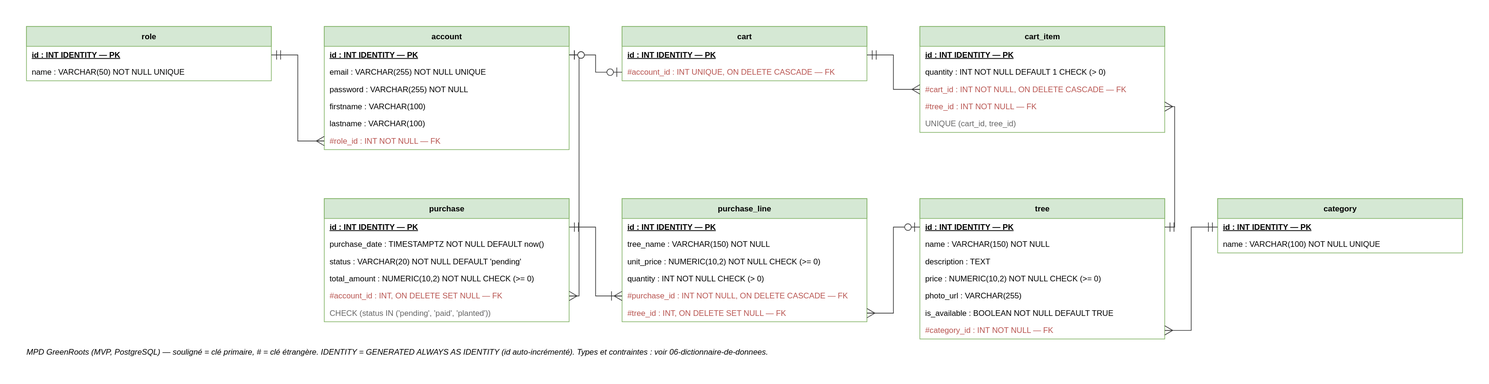
Before: docs_conception/08b-MPD.drawio.svg, a diagram exported from draw.io (DimitryDereppe/je-s-appelle-graine). Source tidied: cells renumbered, new cells last; positions are measured from the earlier drawing's top-left corner, leaving out a move shared by most shapes.
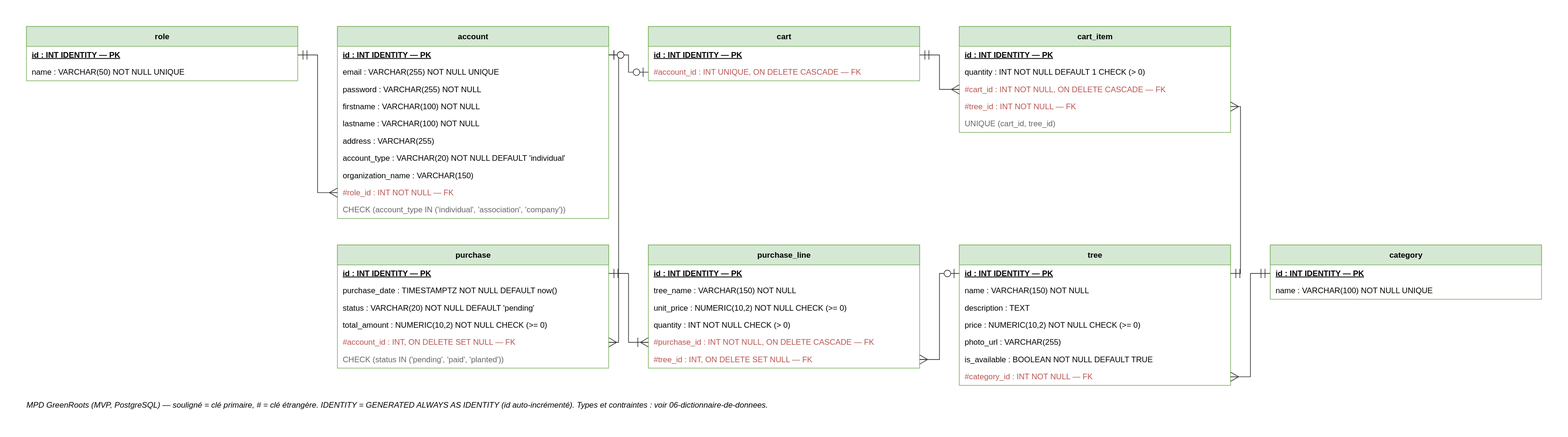
After the commit.

The edit, as a diff of the source:
```diff
@@ -3,136 +3,148 @@
     <mxCell id="0" />
     <mxCell id="1" parent="0" />
     <mxCell id="2" value="role" style="swimlane;fontStyle=1;align=center;startSize=30;html=1;whiteSpace=wrap;fillColor=#d5e8d4;strokeColor=#82b366;horizontal=1;" parent="1" vertex="1">
-      <mxGeometry width="370" height="82" as="geometry" />
+      <mxGeometry width="410" height="82" as="geometry" />
     </mxCell>
     <mxCell id="3" value="&lt;u&gt;&lt;b&gt;id&lt;/b&gt;&lt;/u&gt; : INT IDENTITY — PK" style="text;html=1;align=left;verticalAlign=middle;spacingLeft=8;strokeColor=none;fillColor=none;" parent="2" vertex="1">
-      <mxGeometry y="30" width="370" height="26" as="geometry" />
+      <mxGeometry y="30" width="410" height="26" as="geometry" />
     </mxCell>
     <mxCell id="4" value="name : VARCHAR(50) NOT NULL UNIQUE" style="text;html=1;align=left;verticalAlign=middle;spacingLeft=8;strokeColor=none;fillColor=none;" parent="2" vertex="1">
-      <mxGeometry y="56" width="370" height="26" as="geometry" />
+      <mxGeometry y="56" width="410" height="26" as="geometry" />
     </mxCell>
     <mxCell id="5" value="account" style="swimlane;fontStyle=1;align=center;startSize=30;html=1;whiteSpace=wrap;fillColor=#d5e8d4;strokeColor=#82b366;horizontal=1;" parent="1" vertex="1">
-      <mxGeometry x="450" width="370" height="186" as="geometry" />
+      <mxGeometry x="470" width="410" height="290" as="geometry" />
     </mxCell>
     <mxCell id="6" value="&lt;u&gt;&lt;b&gt;id&lt;/b&gt;&lt;/u&gt; : INT IDENTITY — PK" style="text;html=1;align=left;verticalAlign=middle;spacingLeft=8;strokeColor=none;fillColor=none;" parent="5" vertex="1">
-      <mxGeometry y="30" width="370" height="26" as="geometry" />
+      <mxGeometry y="30" width="410" height="26" as="geometry" />
     </mxCell>
     <mxCell id="7" value="email : VARCHAR(255) NOT NULL UNIQUE" style="text;html=1;align=left;verticalAlign=middle;spacingLeft=8;strokeColor=none;fillColor=none;" parent="5" vertex="1">
-      <mxGeometry y="56" width="370" height="26" as="geometry" />
+      <mxGeometry y="56" width="410" height="26" as="geometry" />
     </mxCell>
     <mxCell id="8" value="password : VARCHAR(255) NOT NULL" style="text;html=1;align=left;verticalAlign=middle;spacingLeft=8;strokeColor=none;fillColor=none;" parent="5" vertex="1">
-      <mxGeometry y="82" width="370" height="26" as="geometry" />
+      <mxGeometry y="82" width="410" height="26" as="geometry" />
     </mxCell>
-    <mxCell id="9" value="firstname : VARCHAR(100)" style="text;html=1;align=left;verticalAlign=middle;spacingLeft=8;strokeColor=none;fillColor=none;" parent="5" vertex="1">
-      <mxGeometry y="108" width="370" height="26" as="geometry" />
+    <mxCell id="9" value="firstname : VARCHAR(100) NOT NULL" style="text;html=1;align=left;verticalAlign=middle;spacingLeft=8;strokeColor=none;fillColor=none;" parent="5" vertex="1">
+      <mxGeometry y="108" width="410" height="26" as="geometry" />
     </mxCell>
-    <mxCell id="10" value="lastname : VARCHAR(100)" style="text;html=1;align=left;verticalAlign=middle;spacingLeft=8;strokeColor=none;fillColor=none;" parent="5" vertex="1">
-      <mxGeometry y="134" width="370" height="26" as="geometry" />
+    <mxCell id="10" value="lastname : VARCHAR(100) NOT NULL" style="text;html=1;align=left;verticalAlign=middle;spacingLeft=8;strokeColor=none;fillColor=none;" parent="5" vertex="1">
+      <mxGeometry y="134" width="410" height="26" as="geometry" />
     </mxCell>
+    <mxCell id="55" value="address : VARCHAR(255)" style="text;html=1;align=left;verticalAlign=middle;spacingLeft=8;strokeColor=none;fillColor=none;" parent="5" vertex="1">
+      <mxGeometry y="160" width="410" height="26" as="geometry" />
+    </mxCell>
+    <mxCell id="56" value="account_type : VARCHAR(20) NOT NULL DEFAULT 'individual'" style="text;html=1;align=left;verticalAlign=middle;spacingLeft=8;strokeColor=none;fillColor=none;" parent="5" vertex="1">
+      <mxGeometry y="186" width="410" height="26" as="geometry" />
+    </mxCell>
+    <mxCell id="57" value="organization_name : VARCHAR(150)" style="text;html=1;align=left;verticalAlign=middle;spacingLeft=8;strokeColor=none;fillColor=none;" parent="5" vertex="1">
+      <mxGeometry y="212" width="410" height="26" as="geometry" />
+    </mxCell>
     <mxCell id="11" value="#role_id : INT NOT NULL — FK" style="text;html=1;align=left;verticalAlign=middle;spacingLeft=8;strokeColor=none;fillColor=none;fontColor=#b85450;" parent="5" vertex="1">
-      <mxGeometry y="160" width="370" height="26" as="geometry" />
+      <mxGeometry y="238" width="410" height="26" as="geometry" />
     </mxCell>
+    <mxCell id="58" value="CHECK (account_type IN ('individual', 'association', 'company'))" style="text;html=1;align=left;verticalAlign=middle;spacingLeft=8;strokeColor=none;fillColor=none;fontColor=#666666;fontStyle=2;" parent="5" vertex="1">
+      <mxGeometry y="264" width="410" height="26" as="geometry" />
+    </mxCell>
     <mxCell id="12" value="cart" style="swimlane;fontStyle=1;align=center;startSize=30;html=1;whiteSpace=wrap;fillColor=#d5e8d4;strokeColor=#82b366;horizontal=1;" parent="1" vertex="1">
-      <mxGeometry x="900" width="370" height="82" as="geometry" />
+      <mxGeometry x="940" width="410" height="82" as="geometry" />
     </mxCell>
     <mxCell id="13" value="&lt;u&gt;&lt;b&gt;id&lt;/b&gt;&lt;/u&gt; : INT IDENTITY — PK" style="text;html=1;align=left;verticalAlign=middle;spacingLeft=8;strokeColor=none;fillColor=none;" parent="12" vertex="1">
-      <mxGeometry y="30" width="370" height="26" as="geometry" />
+      <mxGeometry y="30" width="410" height="26" as="geometry" />
     </mxCell>
     <mxCell id="14" value="#account_id : INT UNIQUE, ON DELETE CASCADE — FK" style="text;html=1;align=left;verticalAlign=middle;spacingLeft=8;strokeColor=none;fillColor=none;fontColor=#b85450;" parent="12" vertex="1">
-      <mxGeometry y="56" width="370" height="26" as="geometry" />
+      <mxGeometry y="56" width="410" height="26" as="geometry" />
     </mxCell>
     <mxCell id="15" value="cart_item" style="swimlane;fontStyle=1;align=center;startSize=30;html=1;whiteSpace=wrap;fillColor=#d5e8d4;strokeColor=#82b366;horizontal=1;" parent="1" vertex="1">
-      <mxGeometry x="1350" width="370" height="160" as="geometry" />
+      <mxGeometry x="1410" width="410" height="160" as="geometry" />
     </mxCell>
     <mxCell id="16" value="&lt;u&gt;&lt;b&gt;id&lt;/b&gt;&lt;/u&gt; : INT IDENTITY — PK" style="text;html=1;align=left;verticalAlign=middle;spacingLeft=8;strokeColor=none;fillColor=none;" parent="15" vertex="1">
-      <mxGeometry y="30" width="370" height="26" as="geometry" />
+      <mxGeometry y="30" width="410" height="26" as="geometry" />
     </mxCell>
     <mxCell id="17" value="quantity : INT NOT NULL DEFAULT 1 CHECK (&gt; 0)" style="text;html=1;align=left;verticalAlign=middle;spacingLeft=8;strokeColor=none;fillColor=none;" parent="15" vertex="1">
-      <mxGeometry y="56" width="370" height="26" as="geometry" />
+      <mxGeometry y="56" width="410" height="26" as="geometry" />
     </mxCell>
     <mxCell id="18" value="#cart_id : INT NOT NULL, ON DELETE CASCADE — FK" style="text;html=1;align=left;verticalAlign=middle;spacingLeft=8;strokeColor=none;fillColor=none;fontColor=#b85450;" parent="15" vertex="1">
-      <mxGeometry y="82" width="370" height="26" as="geometry" />
+      <mxGeometry y="82" width="410" height="26" as="geometry" />
     </mxCell>
     <mxCell id="19" value="#tree_id : INT NOT NULL — FK" style="text;html=1;align=left;verticalAlign=middle;spacingLeft=8;strokeColor=none;fillColor=none;fontColor=#b85450;" parent="15" vertex="1">
-      <mxGeometry y="108" width="370" height="26" as="geometry" />
+      <mxGeometry y="108" width="410" height="26" as="geometry" />
     </mxCell>
     <mxCell id="20" value="UNIQUE (cart_id, tree_id)" style="text;html=1;align=left;verticalAlign=middle;spacingLeft=8;strokeColor=none;fillColor=none;fontColor=#666666;fontStyle=2;" parent="15" vertex="1">
-      <mxGeometry y="134" width="370" height="26" as="geometry" />
+      <mxGeometry y="134" width="410" height="26" as="geometry" />
     </mxCell>
     <mxCell id="21" value="purchase" style="swimlane;fontStyle=1;align=center;startSize=30;html=1;whiteSpace=wrap;fillColor=#d5e8d4;strokeColor=#82b366;horizontal=1;" parent="1" vertex="1">
-      <mxGeometry x="450" y="260" width="370" height="186" as="geometry" />
+      <mxGeometry x="470" y="330" width="410" height="186" as="geometry" />
     </mxCell>
     <mxCell id="22" value="&lt;u&gt;&lt;b&gt;id&lt;/b&gt;&lt;/u&gt; : INT IDENTITY — PK" style="text;html=1;align=left;verticalAlign=middle;spacingLeft=8;strokeColor=none;fillColor=none;" parent="21" vertex="1">
-      <mxGeometry y="30" width="370" height="26" as="geometry" />
+      <mxGeometry y="30" width="410" height="26" as="geometry" />
     </mxCell>
     <mxCell id="23" value="purchase_date : TIMESTAMPTZ NOT NULL DEFAULT now()" style="text;html=1;align=left;verticalAlign=middle;spacingLeft=8;strokeColor=none;fillColor=none;" parent="21" vertex="1">
-      <mxGeometry y="56" width="370" height="26" as="geometry" />
+      <mxGeometry y="56" width="410" height="26" as="geometry" />
     </mxCell>
     <mxCell id="24" value="status : VARCHAR(20) NOT NULL DEFAULT 'pending'" style="text;html=1;align=left;verticalAlign=middle;spacingLeft=8;strokeColor=none;fillColor=none;" parent="21" vertex="1">
-      <mxGeometry y="82" width="370" height="26" as="geometry" />
+      <mxGeometry y="82" width="410" height="26" as="geometry" />
     </mxCell>
     <mxCell id="25" value="total_amount : NUMERIC(10,2) NOT NULL CHECK (&gt;= 0)" style="text;html=1;align=left;verticalAlign=middle;spacingLeft=8;strokeColor=none;fillColor=none;" parent="21" vertex="1">
-      <mxGeometry y="108" width="370" height="26" as="geometry" />
+      <mxGeometry y="108" width="410" height="26" as="geometry" />
     </mxCell>
     <mxCell id="26" value="#account_id : INT, ON DELETE SET NULL — FK" style="text;html=1;align=left;verticalAlign=middle;spacingLeft=8;strokeColor=none;fillColor=none;fontColor=#b85450;" parent="21" vertex="1">
-      <mxGeometry y="134" width="370" height="26" as="geometry" />
+      <mxGeometry y="134" width="410" height="26" as="geometry" />
     </mxCell>
     <mxCell id="27" value="CHECK (status IN ('pending', 'paid', 'planted'))" style="text;html=1;align=left;verticalAlign=middle;spacingLeft=8;strokeColor=none;fillColor=none;fontColor=#666666;fontStyle=2;" parent="21" vertex="1">
-      <mxGeometry y="160" width="370" height="26" as="geometry" />
+      <mxGeometry y="160" width="410" height="26" as="geometry" />
     </mxCell>
     <mxCell id="28" value="purchase_line" style="swimlane;fontStyle=1;align=center;startSize=30;html=1;whiteSpace=wrap;fillColor=#d5e8d4;strokeColor=#82b366;horizontal=1;" parent="1" vertex="1">
-      <mxGeometry x="900" y="260" width="370" height="186" as="geometry" />
+      <mxGeometry x="940" y="330" width="410" height="186" as="geometry" />
     </mxCell>
     <mxCell id="29" value="&lt;u&gt;&lt;b&gt;id&lt;/b&gt;&lt;/u&gt; : INT IDENTITY — PK" style="text;html=1;align=left;verticalAlign=middle;spacingLeft=8;strokeColor=none;fillColor=none;" parent="28" vertex="1">
-      <mxGeometry y="30" width="370" height="26" as="geometry" />
+      <mxGeometry y="30" width="410" height="26" as="geometry" />
     </mxCell>
     <mxCell id="30" value="tree_name : VARCHAR(150) NOT NULL" style="text;html=1;align=left;verticalAlign=middle;spacingLeft=8;strokeColor=none;fillColor=none;" parent="28" vertex="1">
-      <mxGeometry y="56" width="370" height="26" as="geometry" />
+      <mxGeometry y="56" width="410" height="26" as="geometry" />
     </mxCell>
     <mxCell id="31" value="unit_price : NUMERIC(10,2) NOT NULL CHECK (&gt;= 0)" style="text;html=1;align=left;verticalAlign=middle;spacingLeft=8;strokeColor=none;fillColor=none;" parent="28" vertex="1">
-      <mxGeometry y="82" width="370" height="26" as="geometry" />
+      <mxGeometry y="82" width="410" height="26" as="geometry" />
     </mxCell>
     <mxCell id="32" value="quantity : INT NOT NULL CHECK (&gt; 0)" style="text;html=1;align=left;verticalAlign=middle;spacingLeft=8;strokeColor=none;fillColor=none;" parent="28" vertex="1">
-      <mxGeometry y="108" width="370" height="26" as="geometry" />
+      <mxGeometry y="108" width="410" height="26" as="geometry" />
     </mxCell>
     <mxCell id="33" value="#purchase_id : INT NOT NULL, ON DELETE CASCADE — FK" style="text;html=1;align=left;verticalAlign=middle;spacingLeft=8;strokeColor=none;fillColor=none;fontColor=#b85450;" parent="28" vertex="1">
-      <mxGeometry y="134" width="370" height="26" as="geometry" />
+      <mxGeometry y="134" width="410" height="26" as="geometry" />
     </mxCell>
     <mxCell id="34" value="#tree_id : INT, ON DELETE SET NULL — FK" style="text;html=1;align=left;verticalAlign=middle;spacingLeft=8;strokeColor=none;fillColor=none;fontColor=#b85450;" parent="28" vertex="1">
-      <mxGeometry y="160" width="370" height="26" as="geometry" />
+      <mxGeometry y="160" width="410" height="26" as="geometry" />
     </mxCell>
     <mxCell id="35" value="tree" style="swimlane;fontStyle=1;align=center;startSize=30;html=1;whiteSpace=wrap;fillColor=#d5e8d4;strokeColor=#82b366;horizontal=1;" parent="1" vertex="1">
-      <mxGeometry x="1350" y="260" width="370" height="212" as="geometry" />
+      <mxGeometry x="1410" y="330" width="410" height="212" as="geometry" />
     </mxCell>
     <mxCell id="36" value="&lt;u&gt;&lt;b&gt;id&lt;/b&gt;&lt;/u&gt; : INT IDENTITY — PK" style="text;html=1;align=left;verticalAlign=middle;spacingLeft=8;strokeColor=none;fillColor=none;" parent="35" vertex="1">
-      <mxGeometry y="30" width="370" height="26" as="geometry" />
+      <mxGeometry y="30" width="410" height="26" as="geometry" />
     </mxCell>
     <mxCell id="37" value="name : VARCHAR(150) NOT NULL" style="text;html=1;align=left;verticalAlign=middle;spacingLeft=8;strokeColor=none;fillColor=none;" parent="35" vertex="1">
-      <mxGeometry y="56" width="370" height="26" as="geometry" />
+      <mxGeometry y="56" width="410" height="26" as="geometry" />
     </mxCell>
     <mxCell id="38" value="description : TEXT" style="text;html=1;align=left;verticalAlign=middle;spacingLeft=8;strokeColor=none;fillColor=none;" parent="35" vertex="1">
-      <mxGeometry y="82" width="370" height="26" as="geometry" />
+      <mxGeometry y="82" width="410" height="26" as="geometry" />
     </mxCell>
     <mxCell id="39" value="price : NUMERIC(10,2) NOT NULL CHECK (&gt;= 0)" style="text;html=1;align=left;verticalAlign=middle;spacingLeft=8;strokeColor=none;fillColor=none;" parent="35" vertex="1">
-      <mxGeometry y="108" width="370" height="26" as="geometry" />
+      <mxGeometry y="108" width="410" height="26" as="geometry" />
     </mxCell>
     <mxCell id="40" value="photo_url : VARCHAR(255)" style="text;html=1;align=left;verticalAlign=middle;spacingLeft=8;strokeColor=none;fillColor=none;" parent="35" vertex="1">
-      <mxGeometry y="134" width="370" height="26" as="geometry" />
+      <mxGeometry y="134" width="410" height="26" as="geometry" />
     </mxCell>
     <mxCell id="41" value="is_available : BOOLEAN NOT NULL DEFAULT TRUE" style="text;html=1;align=left;verticalAlign=middle;spacingLeft=8;strokeColor=none;fillColor=none;" parent="35" vertex="1">
-      <mxGeometry y="160" width="370" height="26" as="geometry" />
+      <mxGeometry y="160" width="410" height="26" as="geometry" />
     </mxCell>
     <mxCell id="42" value="#category_id : INT NOT NULL — FK" style="text;html=1;align=left;verticalAlign=middle;spacingLeft=8;strokeColor=none;fillColor=none;fontColor=#b85450;" parent="35" vertex="1">
-      <mxGeometry y="186" width="370" height="26" as="geometry" />
+      <mxGeometry y="186" width="410" height="26" as="geometry" />
     </mxCell>
     <mxCell id="43" value="category" style="swimlane;fontStyle=1;align=center;startSize=30;html=1;whiteSpace=wrap;fillColor=#d5e8d4;strokeColor=#82b366;horizontal=1;" parent="1" vertex="1">
-      <mxGeometry x="1800" y="260" width="370" height="82" as="geometry" />
+      <mxGeometry x="1880" y="330" width="410" height="82" as="geometry" />
     </mxCell>
     <mxCell id="44" value="&lt;u&gt;&lt;b&gt;id&lt;/b&gt;&lt;/u&gt; : INT IDENTITY — PK" style="text;html=1;align=left;verticalAlign=middle;spacingLeft=8;strokeColor=none;fillColor=none;" parent="43" vertex="1">
-      <mxGeometry y="30" width="370" height="26" as="geometry" />
+      <mxGeometry y="30" width="410" height="26" as="geometry" />
     </mxCell>
     <mxCell id="45" value="name : VARCHAR(100) NOT NULL UNIQUE" style="text;html=1;align=left;verticalAlign=middle;spacingLeft=8;strokeColor=none;fillColor=none;" parent="43" vertex="1">
-      <mxGeometry y="56" width="370" height="26" as="geometry" />
+      <mxGeometry y="56" width="410" height="26" as="geometry" />
     </mxCell>
     <mxCell id="46" style="edgeStyle=entityRelationEdgeStyle;html=1;startArrow=ERmany;endArrow=ERmandOne;startFill=0;endFill=0;" parent="1" edge="1" source="11" target="3">
       <mxGeometry relative="1" as="geometry" />
@@ -159,7 +171,7 @@
       <mxGeometry relative="1" as="geometry" />
     </mxCell>
     <mxCell id="54" value="MPD GreenRoots (MVP, PostgreSQL) — souligné = clé primaire, # = clé étrangère. IDENTITY = GENERATED ALWAYS AS IDENTITY (id auto-incrémenté). Types et contraintes : voir 06-dictionnaire-de-donnees." style="text;html=1;whiteSpace=wrap;align=left;fontStyle=2;" parent="1" vertex="1">
-      <mxGeometry y="480" width="900" height="40" as="geometry" />
+      <mxGeometry y="560" width="900" height="40" as="geometry" />
     </mxCell>
   </root>
 </mxGraphModel>
```
